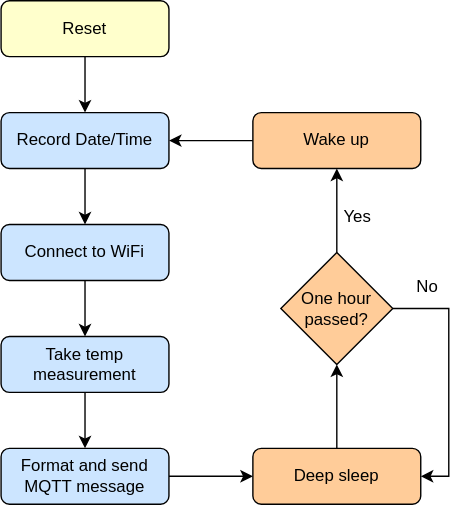
The draw.io diagram diagrams/program_flow_diagram.drawio.svg in tufts-embeddedsystems/Bumbling-Bees, before a commit. Source tidied: cells renumbered, new cells last; positions are measured from the earlier drawing's top-left corner, leaving out a move shared by most shapes. Source of this version:
```xml
<mxGraphModel>
  <root>
    <mxCell id="0" />
    <mxCell id="1" parent="0" />
    <mxCell id="2" style="edgeStyle=orthogonalEdgeStyle;rounded=0;jettySize=auto;html=1;entryX=0.5;entryY=0;entryDx=0;entryDy=0;" parent="1" edge="1" source="3" target="5">
      <mxGeometry relative="1" as="geometry" />
    </mxCell>
    <mxCell id="3" value="Reset" style="rounded=1;whiteSpace=wrap;html=1;fontSize=12;glass=0;strokeWidth=1;shadow=0;fillColor=#FFFFCC;" parent="1" vertex="1">
      <mxGeometry width="120" height="40" as="geometry" />
    </mxCell>
    <mxCell id="4" style="edgeStyle=orthogonalEdgeStyle;rounded=0;jettySize=auto;html=1;" parent="1" edge="1" source="5" target="7">
      <mxGeometry relative="1" as="geometry" />
    </mxCell>
    <mxCell id="5" value="Record Date/Time" style="rounded=1;whiteSpace=wrap;html=1;fontSize=12;glass=0;strokeWidth=1;shadow=0;fillColor=#CCE5FF;" parent="1" vertex="1">
      <mxGeometry y="80" width="120" height="40" as="geometry" />
    </mxCell>
    <mxCell id="6" style="edgeStyle=orthogonalEdgeStyle;rounded=0;jettySize=auto;html=1;entryX=0.5;entryY=0;entryDx=0;entryDy=0;" parent="1" edge="1" source="7" target="9">
      <mxGeometry relative="1" as="geometry" />
    </mxCell>
    <mxCell id="7" value="Connect to WiFi" style="rounded=1;whiteSpace=wrap;html=1;fontSize=12;glass=0;strokeWidth=1;shadow=0;fillColor=#CCE5FF;" parent="1" vertex="1">
      <mxGeometry y="160" width="120" height="40" as="geometry" />
    </mxCell>
    <mxCell id="8" style="edgeStyle=orthogonalEdgeStyle;rounded=0;jettySize=auto;html=1;" parent="1" edge="1" source="9" target="11">
      <mxGeometry relative="1" as="geometry" />
    </mxCell>
    <mxCell id="9" value="Take temp measurement" style="rounded=1;whiteSpace=wrap;html=1;fontSize=12;glass=0;strokeWidth=1;shadow=0;fillColor=#CCE5FF;" parent="1" vertex="1">
      <mxGeometry y="240" width="120" height="40" as="geometry" />
    </mxCell>
    <mxCell id="10" style="edgeStyle=orthogonalEdgeStyle;rounded=0;jettySize=auto;html=1;entryX=0;entryY=0.5;entryDx=0;entryDy=0;" parent="1" edge="1" source="11" target="13">
      <mxGeometry relative="1" as="geometry" />
    </mxCell>
    <mxCell id="11" value="Format and send MQTT message" style="rounded=1;whiteSpace=wrap;html=1;fontSize=12;glass=0;strokeWidth=1;shadow=0;fillColor=#CCE5FF;" parent="1" vertex="1">
      <mxGeometry y="320" width="120" height="40" as="geometry" />
    </mxCell>
    <mxCell id="12" style="edgeStyle=orthogonalEdgeStyle;rounded=0;jettySize=auto;html=1;" parent="1" edge="1" source="13" target="16">
      <mxGeometry relative="1" as="geometry" />
    </mxCell>
    <mxCell id="13" value="Deep sleep" style="rounded=1;whiteSpace=wrap;html=1;fontSize=12;glass=0;strokeWidth=1;shadow=0;fillColor=#FFCC99;" parent="1" vertex="1">
      <mxGeometry x="180" y="320" width="120" height="40" as="geometry" />
    </mxCell>
    <mxCell id="14" style="edgeStyle=orthogonalEdgeStyle;rounded=0;jettySize=auto;html=1;entryX=1;entryY=0.5;entryDx=0;entryDy=0;" parent="1" edge="1" source="16" target="13">
      <mxGeometry relative="1" as="geometry">
        <Array as="points">
          <mxPoint x="320" y="220" />
          <mxPoint x="320" y="340" />
        </Array>
      </mxGeometry>
    </mxCell>
    <mxCell id="15" style="edgeStyle=orthogonalEdgeStyle;rounded=0;jettySize=auto;html=1;entryX=0.5;entryY=1;entryDx=0;entryDy=0;" parent="1" edge="1" source="16" target="20">
      <mxGeometry relative="1" as="geometry" />
    </mxCell>
    <mxCell id="16" value="One hour passed?" style="rhombus;whiteSpace=wrap;html=1;fillColor=#FFCC99;" parent="1" vertex="1">
      <mxGeometry x="200" y="180" width="80" height="80" as="geometry" />
    </mxCell>
    <mxCell id="17" value="No" style="text;html=1;strokeColor=none;fillColor=none;align=center;verticalAlign=middle;whiteSpace=wrap;rounded=0;" parent="1" vertex="1">
      <mxGeometry x="290" y="190" width="30" height="30" as="geometry" />
    </mxCell>
    <mxCell id="18" value="Yes" style="text;html=1;strokeColor=none;fillColor=none;align=center;verticalAlign=middle;whiteSpace=wrap;rounded=0;" parent="1" vertex="1">
      <mxGeometry x="240" y="140" width="30" height="30" as="geometry" />
    </mxCell>
    <mxCell id="19" style="edgeStyle=orthogonalEdgeStyle;rounded=0;jettySize=auto;html=1;entryX=1;entryY=0.5;entryDx=0;entryDy=0;" parent="1" edge="1" source="20" target="5">
      <mxGeometry relative="1" as="geometry" />
    </mxCell>
    <mxCell id="20" value="Wake up" style="rounded=1;whiteSpace=wrap;html=1;fontSize=12;glass=0;strokeWidth=1;shadow=0;fillColor=#FFCC99;" parent="1" vertex="1">
      <mxGeometry x="180" y="80" width="120" height="40" as="geometry" />
    </mxCell>
  </root>
</mxGraphModel>
```
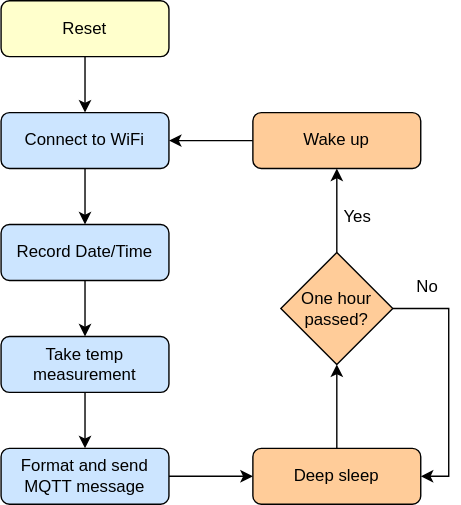
After the commit.

What changed in the source:
```diff
@@ -2,23 +2,23 @@
   <root>
     <mxCell id="0" />
     <mxCell id="1" parent="0" />
-    <mxCell id="2" style="edgeStyle=orthogonalEdgeStyle;rounded=0;jettySize=auto;html=1;entryX=0.5;entryY=0;entryDx=0;entryDy=0;" parent="1" edge="1" source="3" target="5">
-      <mxGeometry relative="1" as="geometry" />
-    </mxCell>
+    <mxCell id="21" style="edgeStyle=orthogonalEdgeStyle;rounded=0;jettySize=auto;html=1;" parent="1" edge="1" source="3" target="7">
+      <mxGeometry relative="1" as="geometry" />
+    </mxCell>
     <mxCell id="3" value="Reset" style="rounded=1;whiteSpace=wrap;html=1;fontSize=12;glass=0;strokeWidth=1;shadow=0;fillColor=#FFFFCC;" parent="1" vertex="1">
       <mxGeometry width="120" height="40" as="geometry" />
     </mxCell>
-    <mxCell id="4" style="edgeStyle=orthogonalEdgeStyle;rounded=0;jettySize=auto;html=1;" parent="1" edge="1" source="5" target="7">
-      <mxGeometry relative="1" as="geometry" />
-    </mxCell>
+    <mxCell id="22" style="edgeStyle=orthogonalEdgeStyle;rounded=0;jettySize=auto;html=1;" parent="1" edge="1" source="5" target="9">
+      <mxGeometry relative="1" as="geometry" />
+    </mxCell>
     <mxCell id="5" value="Record Date/Time" style="rounded=1;whiteSpace=wrap;html=1;fontSize=12;glass=0;strokeWidth=1;shadow=0;fillColor=#CCE5FF;" parent="1" vertex="1">
-      <mxGeometry y="80" width="120" height="40" as="geometry" />
+      <mxGeometry y="160" width="120" height="40" as="geometry" />
     </mxCell>
-    <mxCell id="6" style="edgeStyle=orthogonalEdgeStyle;rounded=0;jettySize=auto;html=1;entryX=0.5;entryY=0;entryDx=0;entryDy=0;" parent="1" edge="1" source="7" target="9">
-      <mxGeometry relative="1" as="geometry" />
-    </mxCell>
+    <mxCell id="23" style="edgeStyle=orthogonalEdgeStyle;rounded=0;jettySize=auto;html=1;" parent="1" edge="1" source="7" target="5">
+      <mxGeometry relative="1" as="geometry" />
+    </mxCell>
     <mxCell id="7" value="Connect to WiFi" style="rounded=1;whiteSpace=wrap;html=1;fontSize=12;glass=0;strokeWidth=1;shadow=0;fillColor=#CCE5FF;" parent="1" vertex="1">
-      <mxGeometry y="160" width="120" height="40" as="geometry" />
+      <mxGeometry y="80" width="120" height="40" as="geometry" />
     </mxCell>
     <mxCell id="8" style="edgeStyle=orthogonalEdgeStyle;rounded=0;jettySize=auto;html=1;" parent="1" edge="1" source="9" target="11">
       <mxGeometry relative="1" as="geometry" />
@@ -58,9 +58,9 @@
     <mxCell id="18" value="Yes" style="text;html=1;strokeColor=none;fillColor=none;align=center;verticalAlign=middle;whiteSpace=wrap;rounded=0;" parent="1" vertex="1">
       <mxGeometry x="240" y="140" width="30" height="30" as="geometry" />
     </mxCell>
-    <mxCell id="19" style="edgeStyle=orthogonalEdgeStyle;rounded=0;jettySize=auto;html=1;entryX=1;entryY=0.5;entryDx=0;entryDy=0;" parent="1" edge="1" source="20" target="5">
-      <mxGeometry relative="1" as="geometry" />
-    </mxCell>
+    <mxCell id="24" style="edgeStyle=orthogonalEdgeStyle;rounded=0;jettySize=auto;html=1;entryX=1;entryY=0.5;entryDx=0;entryDy=0;" parent="1" edge="1" source="20" target="7">
+      <mxGeometry relative="1" as="geometry" />
+    </mxCell>
     <mxCell id="20" value="Wake up" style="rounded=1;whiteSpace=wrap;html=1;fontSize=12;glass=0;strokeWidth=1;shadow=0;fillColor=#FFCC99;" parent="1" vertex="1">
       <mxGeometry x="180" y="80" width="120" height="40" as="geometry" />
     </mxCell>
```
